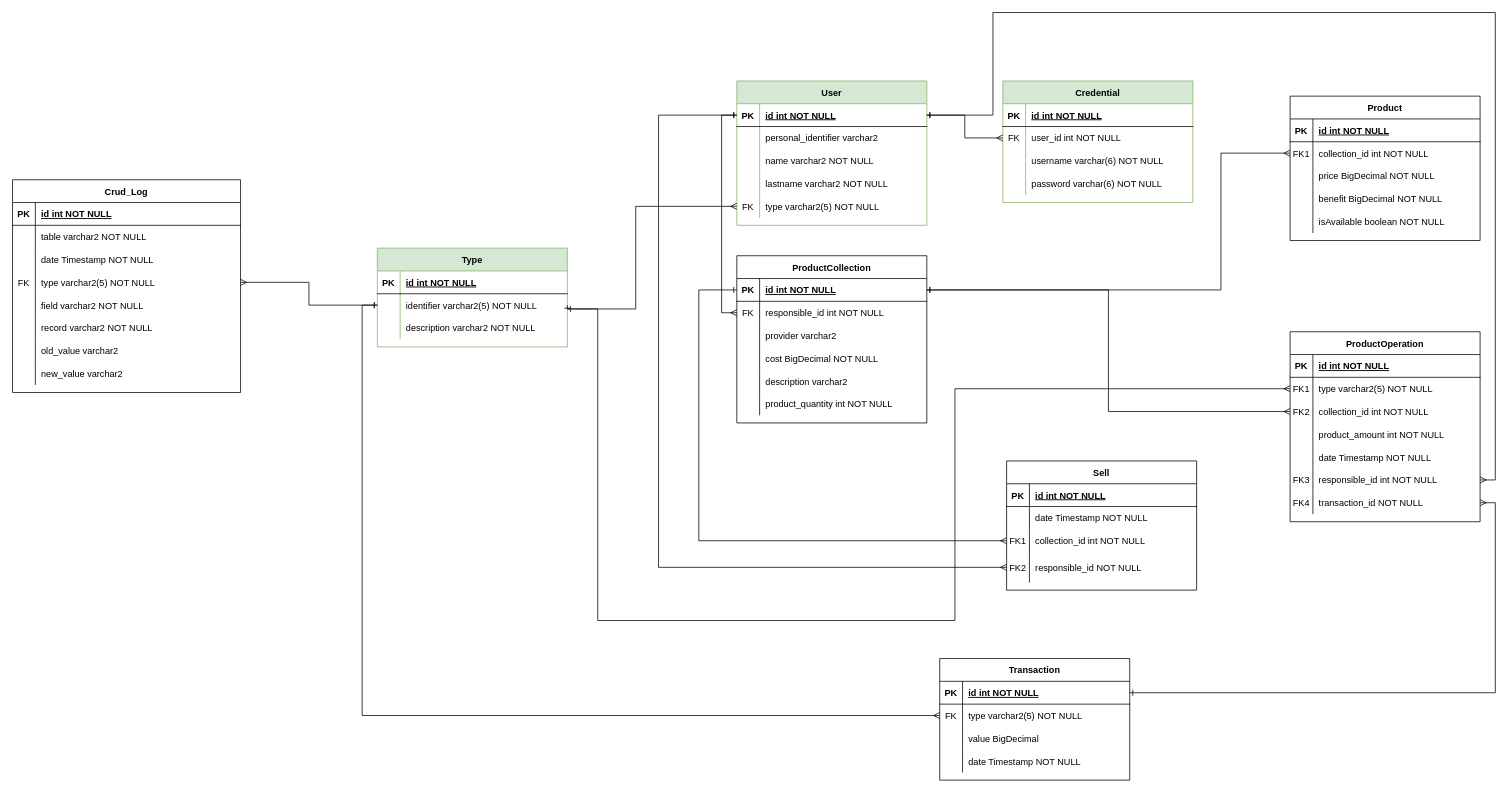
Before: database/diagram1.0.drawio in NM4TT/Octoger, a draw.io diagram. Source tidied: cells renumbered, new cells numbered last; positions are measured from the earlier drawing's top-left corner, leaving out a move shared by most shapes. Both pictures are drawn from the tidied source at 76%, with x=0, y=0 at pixel (12, 12).
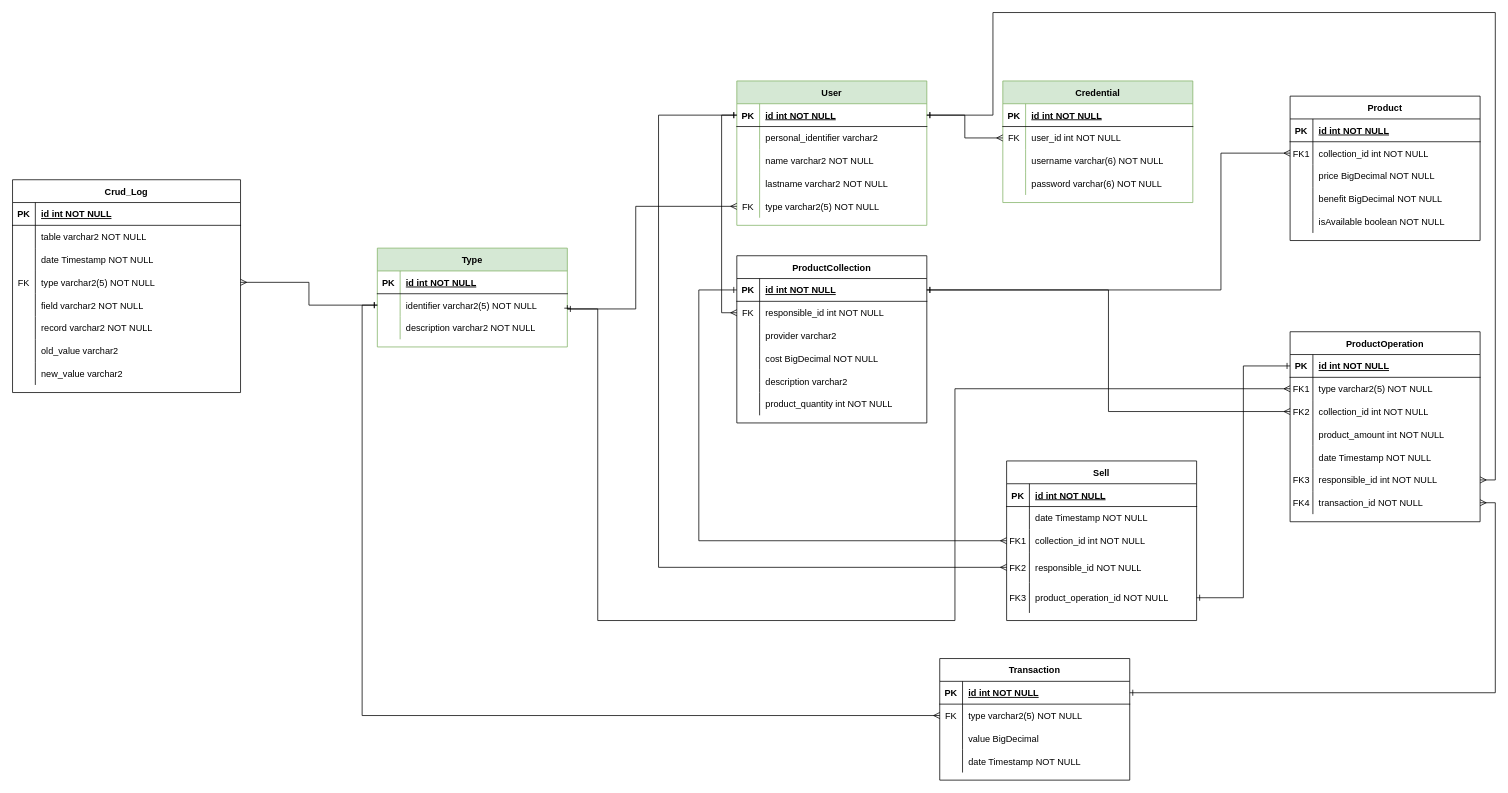
The same diagram, later.

Commit message:
Modificacion en estructura de Base de Datos Se modifico tabla Sell para incluir FK apuntando a ProductOperation

Unchanged cells that the change refers to:
```xml
<mxCell id="136" style="shape=partialRectangle;fillColor=none;points=[[0,0.5],[1,0.5]];portConstraint=eastwest;top=0;left=0;right=0;bottom=1;" parent="135" vertex="1">
  <mxGeometry y="30" width="250" height="30" as="geometry" />
</mxCell>
```

The edit, as a diff of the source:
```diff
@@
     <mxCell id="18" value="Sell" style="shape=table;startSize=30;childLayout=tableLayout;rowLines=0;fontStyle=1;align=center;" parent="1" vertex="1">
-      <mxGeometry x="1308" y="590" width="250" height="170" as="geometry" />
+      <mxGeometry x="1308" y="590" width="250" height="210" as="geometry" />
     </mxCell>
@@
+    <mxCell id="161" style="shape=partialRectangle;fillColor=none;points=[[0,0.5],[1,0.5]];portConstraint=eastwest;top=0;left=0;right=0;bottom=0;" parent="18" vertex="1">
+      <mxGeometry y="160" width="250" height="40" as="geometry" />
+    </mxCell>
+    <mxCell id="162" value="FK3" style="shape=partialRectangle;overflow=hidden;fillColor=none;top=0;left=0;bottom=0;right=0;" parent="161" vertex="1">
+      <mxGeometry width="30" height="40" as="geometry" />
+    </mxCell>
+    <mxCell id="163" value="product_operation_id NOT NULL" style="shape=partialRectangle;overflow=hidden;fillColor=none;top=0;left=0;bottom=0;right=0;align=left;spacingLeft=6;" parent="161" vertex="1">
+      <mxGeometry x="30" width="220" height="40" as="geometry" />
+    </mxCell>
@@
+    <mxCell id="164" style="edgeStyle=orthogonalEdgeStyle;rounded=0;jettySize=auto;html=1;exitX=0;exitY=0.5;exitDx=0;exitDy=0;entryX=1;entryY=0.5;entryDx=0;entryDy=0;endArrow=ERone;endFill=0;startArrow=ERone;startFill=0;" parent="1" edge="1" source="136" target="161">
+      <mxGeometry relative="1" as="geometry" />
+    </mxCell>
```
